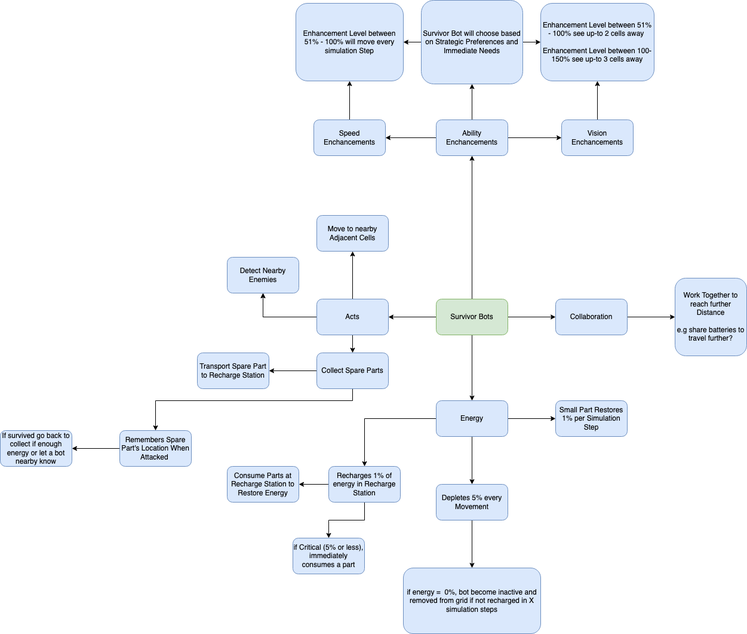
Raul-Prisecaru/Techburg-city keeps this draw.io diagram as diagrams/Survivor_Bots.drawio.png. Above is the earlier version. Source tidied: cells renumbered, new cells last; positions are measured from the earlier drawing's top-left corner, leaving out a move shared by most shapes.
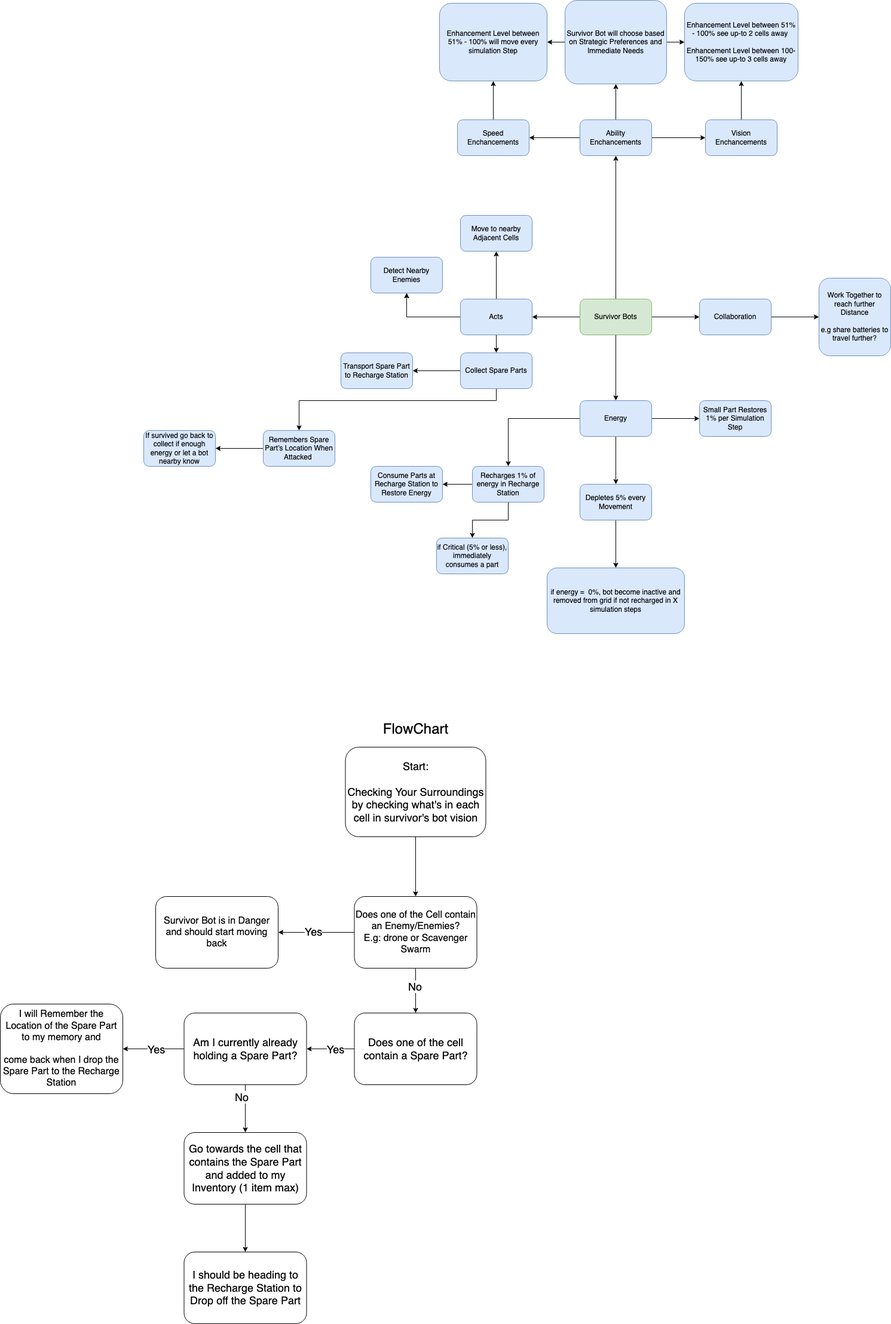
The same diagram one commit later.

Commit message:
Implemented: Started Basic Flowchart of how the Act function will execute

Change to the diagram source:
```diff
@@ -151,5 +151,72 @@
     <mxCell id="49" value="If survived go back to collect if enough energy or let a bot nearby know" style="rounded=1;whiteSpace=wrap;html=1;fillColor=#dae8fc;strokeColor=#6c8ebf;" parent="1" vertex="1">
       <mxGeometry y="720" width="120" height="60" as="geometry" />
     </mxCell>
+    <mxCell id="50" value="&lt;font style=&quot;font-size: 24px;&quot;&gt;FlowChart&lt;/font&gt;" style="text;html=1;align=center;verticalAlign=middle;strokeColor=none;fillColor=none;" parent="1" vertex="1">
+      <mxGeometry x="390" y="1200" width="130" height="40" as="geometry" />
+    </mxCell>
+    <mxCell id="51" style="edgeStyle=orthogonalEdgeStyle;rounded=0;jettySize=auto;html=1;entryX=0.5;entryY=0;entryDx=0;entryDy=0;" parent="1" edge="1" source="52" target="56">
+      <mxGeometry relative="1" as="geometry" />
+    </mxCell>
+    <mxCell id="52" value="&lt;font style=&quot;font-size: 18px;&quot;&gt;Start:&lt;br&gt;&lt;br&gt;Checking Your Surroundings by checking what's in each cell in survivor's bot vision&lt;br&gt;&lt;/font&gt;" style="rounded=1;whiteSpace=wrap;html=1;" parent="1" vertex="1">
+      <mxGeometry x="337.5" y="1250" width="235" height="150" as="geometry" />
+    </mxCell>
+    <mxCell id="53" style="edgeStyle=orthogonalEdgeStyle;rounded=0;jettySize=auto;html=1;entryX=1;entryY=0.5;entryDx=0;entryDy=0;" parent="1" edge="1" source="56" target="57">
+      <mxGeometry relative="1" as="geometry" />
+    </mxCell>
+    <mxCell id="54" value="&lt;font style=&quot;font-size: 18px;&quot;&gt;Yes&lt;/font&gt;" style="edgeLabel;html=1;align=center;verticalAlign=middle;" parent="53" vertex="1">
+      <mxGeometry x="0.08" y="-2" relative="1" as="geometry" />
+    </mxCell>
+    <mxCell id="55" style="edgeStyle=orthogonalEdgeStyle;rounded=0;jettySize=auto;html=1;" parent="1" edge="1" source="56" target="59">
+      <mxGeometry relative="1" as="geometry" />
+    </mxCell>
+    <mxCell id="56" value="&lt;font size=&quot;3&quot;&gt;Does one of the Cell contain an Enemy/Enemies?&lt;br&gt;E.g: drone or Scavenger Swarm&lt;br&gt;&lt;/font&gt;" style="rounded=1;whiteSpace=wrap;html=1;" parent="1" vertex="1">
+      <mxGeometry x="352.5" y="1500" width="205" height="120" as="geometry" />
+    </mxCell>
+    <mxCell id="57" value="&lt;font size=&quot;3&quot;&gt;Survivor Bot is in Danger and should start moving back&lt;br&gt;&lt;/font&gt;" style="rounded=1;whiteSpace=wrap;html=1;" parent="1" vertex="1">
+      <mxGeometry x="20" y="1500" width="205" height="120" as="geometry" />
+    </mxCell>
+    <mxCell id="58" style="edgeStyle=orthogonalEdgeStyle;rounded=0;jettySize=auto;html=1;" parent="1" edge="1" source="59" target="63">
+      <mxGeometry relative="1" as="geometry" />
+    </mxCell>
+    <mxCell id="59" value="&lt;font style=&quot;font-size: 18px;&quot;&gt;Does one of the cell contain a Spare Part?&lt;/font&gt;" style="rounded=1;whiteSpace=wrap;html=1;" parent="1" vertex="1">
+      <mxGeometry x="352.5" y="1695" width="205" height="120" as="geometry" />
+    </mxCell>
+    <mxCell id="60" value="&lt;font size=&quot;3&quot;&gt;I will Remember the Location of the Spare Part to my memory and&lt;br&gt;&lt;br&gt;come back when I drop the Spare Part to the Recharge Station&lt;br&gt;&lt;/font&gt;" style="rounded=1;whiteSpace=wrap;html=1;" parent="1" vertex="1">
+      <mxGeometry x="-240" y="1680" width="205" height="150" as="geometry" />
+    </mxCell>
+    <mxCell id="61" style="edgeStyle=orthogonalEdgeStyle;rounded=0;jettySize=auto;html=1;" parent="1" edge="1" source="63" target="60">
+      <mxGeometry relative="1" as="geometry" />
+    </mxCell>
+    <mxCell id="62" style="edgeStyle=orthogonalEdgeStyle;rounded=0;jettySize=auto;html=1;" parent="1" edge="1" source="63" target="65">
+      <mxGeometry relative="1" as="geometry" />
+    </mxCell>
+    <mxCell id="63" value="&lt;font style=&quot;font-size: 18px;&quot;&gt;Am I currently already holding a Spare Part?&lt;/font&gt;" style="rounded=1;whiteSpace=wrap;html=1;" parent="1" vertex="1">
+      <mxGeometry x="67.5" y="1695" width="205" height="120" as="geometry" />
+    </mxCell>
+    <mxCell id="64" style="edgeStyle=orthogonalEdgeStyle;rounded=0;jettySize=auto;html=1;" parent="1" edge="1" source="65" target="70">
+      <mxGeometry relative="1" as="geometry" />
+    </mxCell>
+    <mxCell id="65" value="&lt;span style=&quot;font-size: 18px;&quot;&gt;Go towards the cell that contains the Spare Part and added to my Inventory (1 item max)&lt;/span&gt;" style="rounded=1;whiteSpace=wrap;html=1;" parent="1" vertex="1">
+      <mxGeometry x="67.5" y="1895" width="205" height="120" as="geometry" />
+    </mxCell>
+    <mxCell id="66" value="&lt;font style=&quot;font-size: 18px;&quot;&gt;No&lt;/font&gt;" style="edgeLabel;html=1;align=center;verticalAlign=middle;" parent="1" vertex="1">
+      <mxGeometry x="457" y="1650" as="geometry">
+        <mxPoint x="-4" as="offset" />
+      </mxGeometry>
+    </mxCell>
+    <mxCell id="67" value="&lt;font style=&quot;font-size: 18px;&quot;&gt;Yes&lt;/font&gt;" style="edgeLabel;html=1;align=center;verticalAlign=middle;" parent="1" vertex="1">
+      <mxGeometry x="320" y="1755" as="geometry" />
+    </mxCell>
+    <mxCell id="68" value="&lt;font style=&quot;font-size: 18px;&quot;&gt;Yes&lt;/font&gt;" style="edgeLabel;html=1;align=center;verticalAlign=middle;" parent="1" vertex="1">
+      <mxGeometry x="20" y="1755" as="geometry" />
+    </mxCell>
+    <mxCell id="69" value="&lt;font style=&quot;font-size: 18px;&quot;&gt;No&lt;/font&gt;" style="edgeLabel;html=1;align=center;verticalAlign=middle;" parent="1" vertex="1">
+      <mxGeometry x="170" y="1840" as="geometry">
+        <mxPoint x="-7" y="-5" as="offset" />
+      </mxGeometry>
+    </mxCell>
+    <mxCell id="70" value="&lt;span style=&quot;font-size: 18px;&quot;&gt;I should be heading to the Recharge Station to Drop off the Spare Part&lt;/span&gt;" style="rounded=1;whiteSpace=wrap;html=1;" parent="1" vertex="1">
+      <mxGeometry x="67.5" y="2095" width="205" height="120" as="geometry" />
+    </mxCell>
   </root>
 </mxGraphModel>
```
